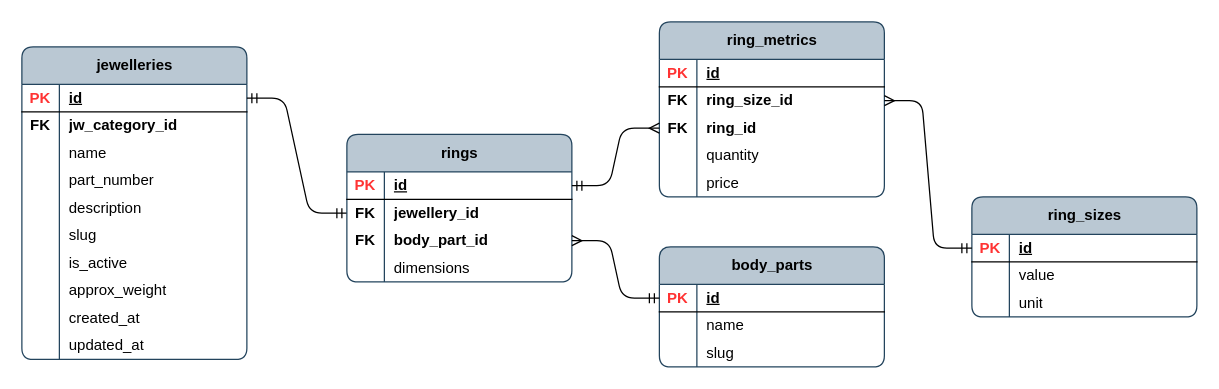
The draw.io diagram page "jw_ring_props" (8 of 14) of publisher/laravel-app/psql_jewellery_items.drawio in Local-development-environment/msg-brokers-publisher-consumer, before the edit. Source tidied: cells renumbered, new cells numbered last; positions are measured from the earlier drawing's top-left corner, leaving out a move shared by most shapes. Both pictures are drawn from the tidied source at 125%, with x=0, y=0 at pixel (21, 21).
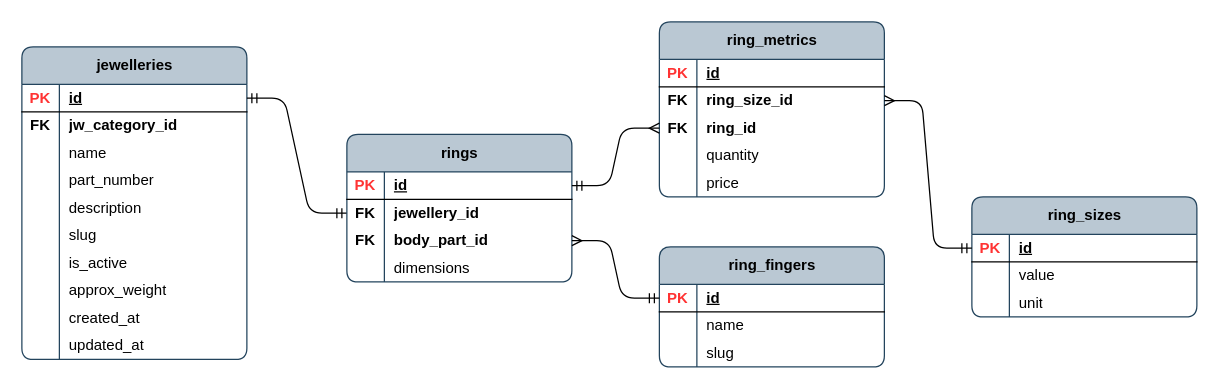
The same page after the edit.

The edit, as a diff of the source:
```diff
@@
-    <mxCell id="75" value="body_parts" style="shape=table;startSize=30;childLayout=tableLayout;rowLines=0;fontStyle=1;align=center;html=1;rounded=1;swimlaneFillColor=none;fillColor=#bac8d3;strokeColor=#23445d;columnLines=1;arcSize=10;" parent="1" vertex="1">
+    <mxCell id="75" value="ring_fingers" style="shape=table;startSize=30;childLayout=tableLayout;rowLines=0;fontStyle=1;align=center;html=1;rounded=1;swimlaneFillColor=none;fillColor=#bac8d3;strokeColor=#23445d;columnLines=1;arcSize=10;" parent="1" vertex="1">
       <mxGeometry x="510" y="180" width="180" height="96" as="geometry" />
     </mxCell>
```
